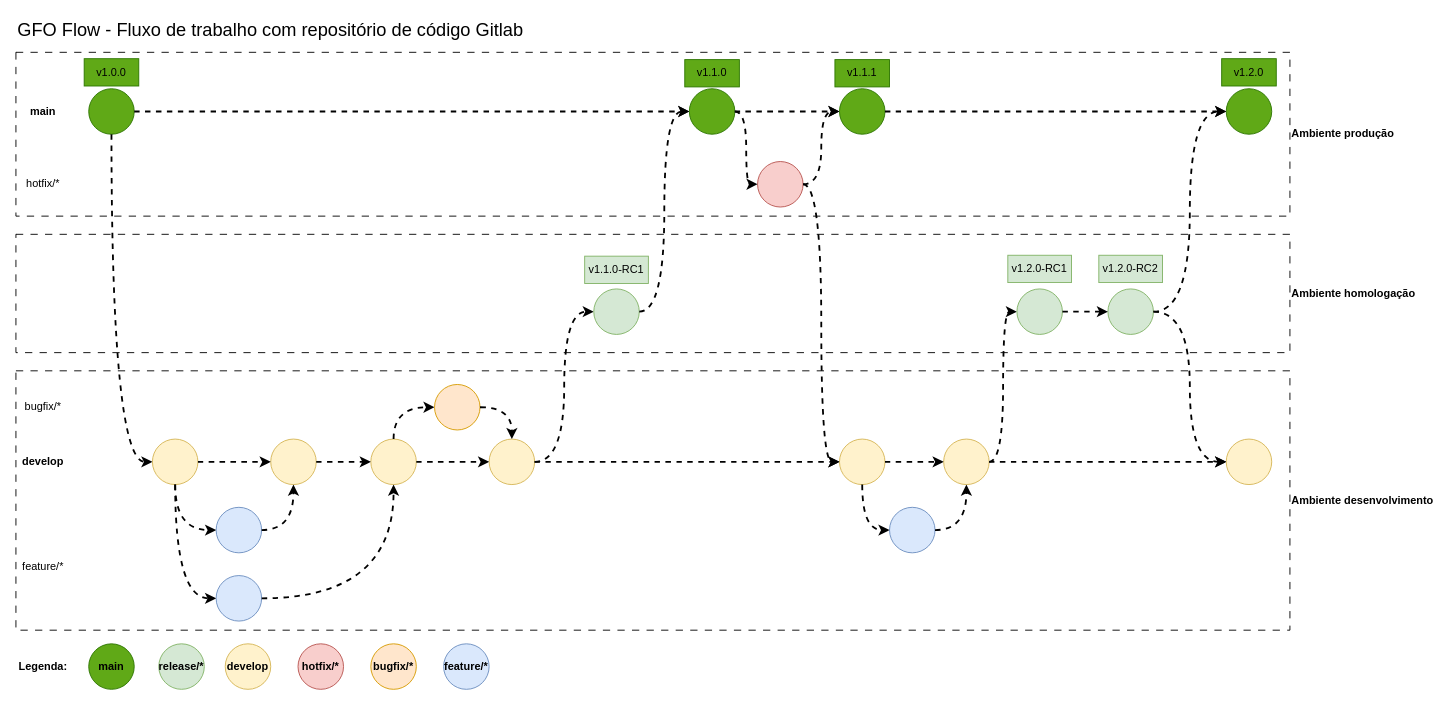
This is drawio/definição do fluxo de trabalho git.drawio from vitorecdias/drawio, a draw.io file, before an edit. Source tidied: cells renumbered, new cells numbered last; positions are measured from the earlier drawing's top-left corner, leaving out a move shared by most shapes. Both pictures are drawn from the tidied source at 91%, with x=0, y=0 at pixel (15, 15).
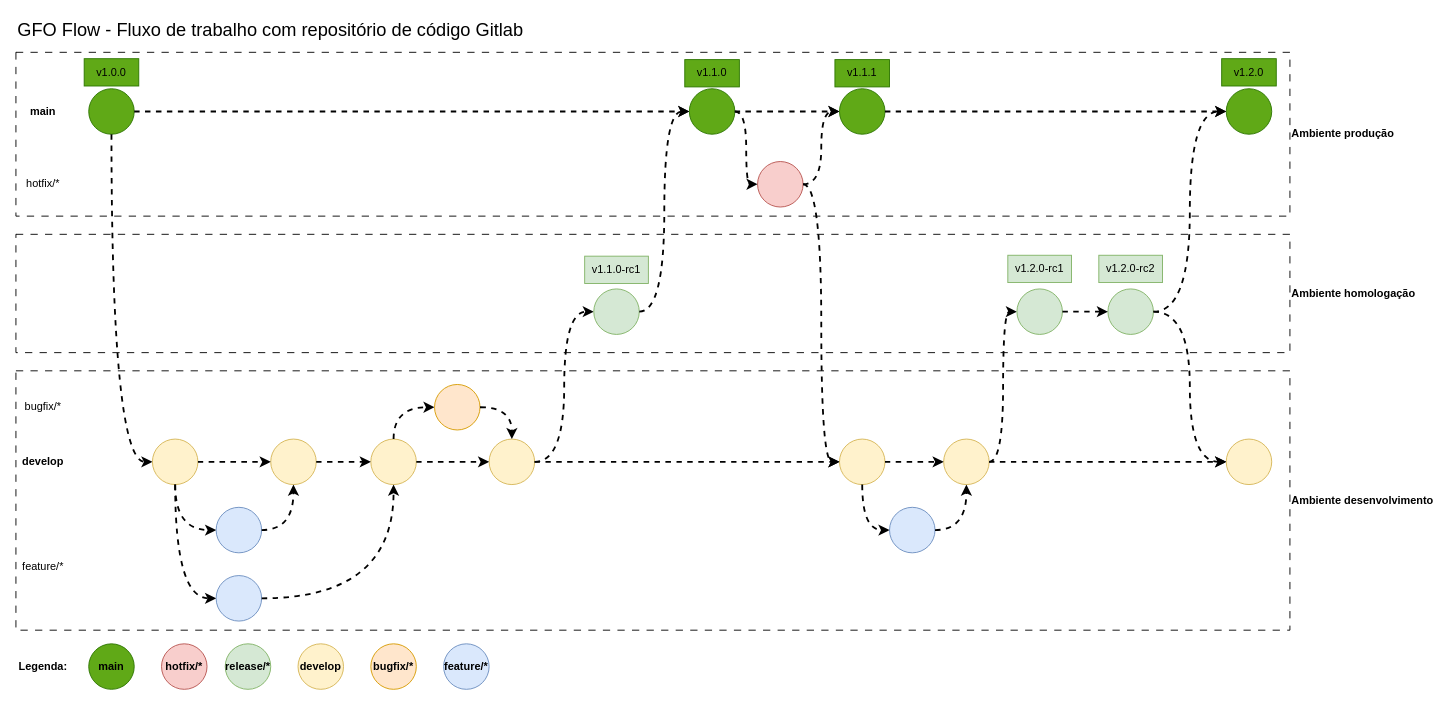
The same page after the edit.

Diff of the diagram source:
```diff
@@
     <mxCell id="51" value="&lt;b&gt;release/*&lt;/b&gt;" style="ellipse;whiteSpace=wrap;html=1;fillColor=#d5e8d4;strokeColor=#82b366;" parent="1" vertex="1">
-      <mxGeometry x="157" y="690" width="50" height="50" as="geometry" />
+      <mxGeometry x="230" y="690" width="50" height="50" as="geometry" />
     </mxCell>
     <mxCell id="52" value="&lt;b&gt;hotfix/*&lt;/b&gt;" style="ellipse;whiteSpace=wrap;html=1;fillColor=#f8cecc;strokeColor=#b85450;" parent="1" vertex="1">
-      <mxGeometry x="310" y="690" width="50" height="50" as="geometry" />
+      <mxGeometry x="160" y="690" width="50" height="50" as="geometry" />
     </mxCell>
     <mxCell id="53" value="&lt;b&gt;develop&lt;/b&gt;" style="ellipse;whiteSpace=wrap;html=1;fillColor=#fff2cc;strokeColor=#d6b656;" parent="1" vertex="1">
-      <mxGeometry x="230" y="690" width="50" height="50" as="geometry" />
+      <mxGeometry x="310" y="690" width="50" height="50" as="geometry" />
     </mxCell>
@@
-    <mxCell id="63" value="v1.1.0-RC1" style="text;html=1;align=center;verticalAlign=middle;whiteSpace=wrap;rounded=0;strokeColor=#82b366;fillColor=#d5e8d4;" parent="1" vertex="1">
+    <mxCell id="63" value="v1.1.0-rc1" style="text;html=1;align=center;verticalAlign=middle;whiteSpace=wrap;rounded=0;strokeColor=#82b366;fillColor=#d5e8d4;" parent="1" vertex="1">
       <mxGeometry x="625" y="264" width="70" height="30" as="geometry" />
     </mxCell>
@@
-    <mxCell id="65" value="v1.2.0-RC1" style="text;html=1;align=center;verticalAlign=middle;whiteSpace=wrap;rounded=0;strokeColor=#82b366;fillColor=#d5e8d4;" parent="1" vertex="1">
+    <mxCell id="65" value="v1.2.0-rc1" style="text;html=1;align=center;verticalAlign=middle;whiteSpace=wrap;rounded=0;strokeColor=#82b366;fillColor=#d5e8d4;" parent="1" vertex="1">
       <mxGeometry x="1090" y="263" width="70" height="30" as="geometry" />
     </mxCell>
@@
-    <mxCell id="67" value="v1.2.0-RC2" style="text;html=1;align=center;verticalAlign=middle;whiteSpace=wrap;rounded=0;strokeColor=#82b366;fillColor=#d5e8d4;" parent="1" vertex="1">
+    <mxCell id="67" value="v1.2.0-rc2" style="text;html=1;align=center;verticalAlign=middle;whiteSpace=wrap;rounded=0;strokeColor=#82b366;fillColor=#d5e8d4;" parent="1" vertex="1">
       <mxGeometry x="1190" y="263" width="70" height="30" as="geometry" />
     </mxCell>
```
